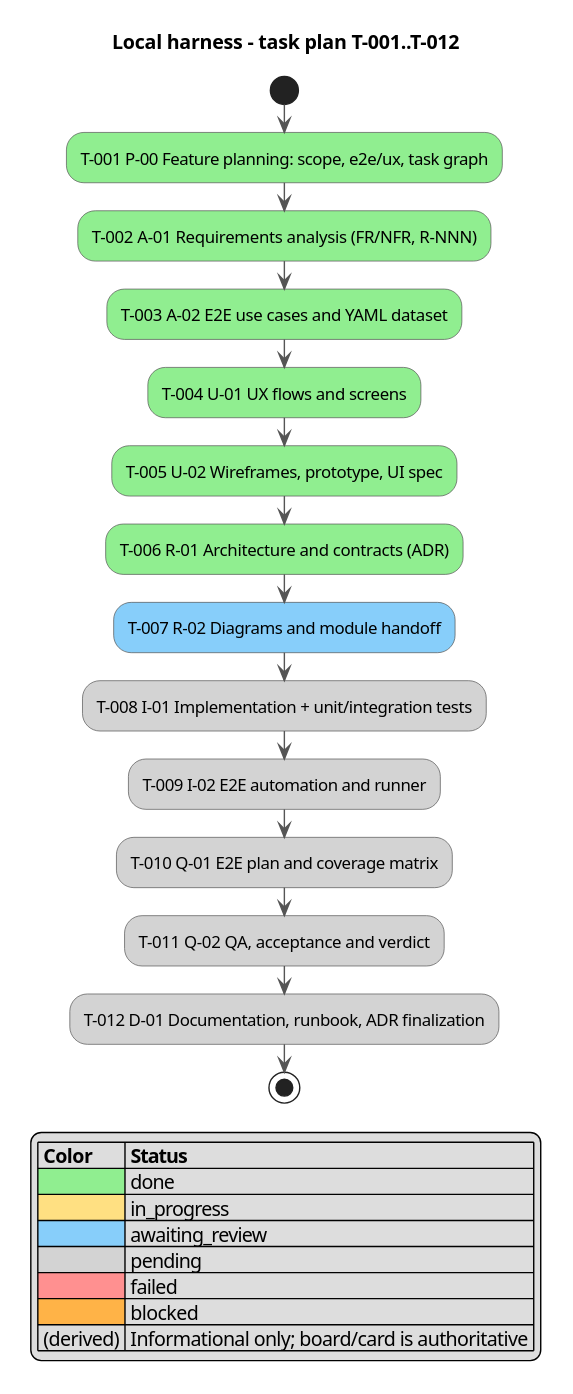
Earlier version of the PlantUML export docs/activity.svg (serge-sasov/ai-task-tracker).
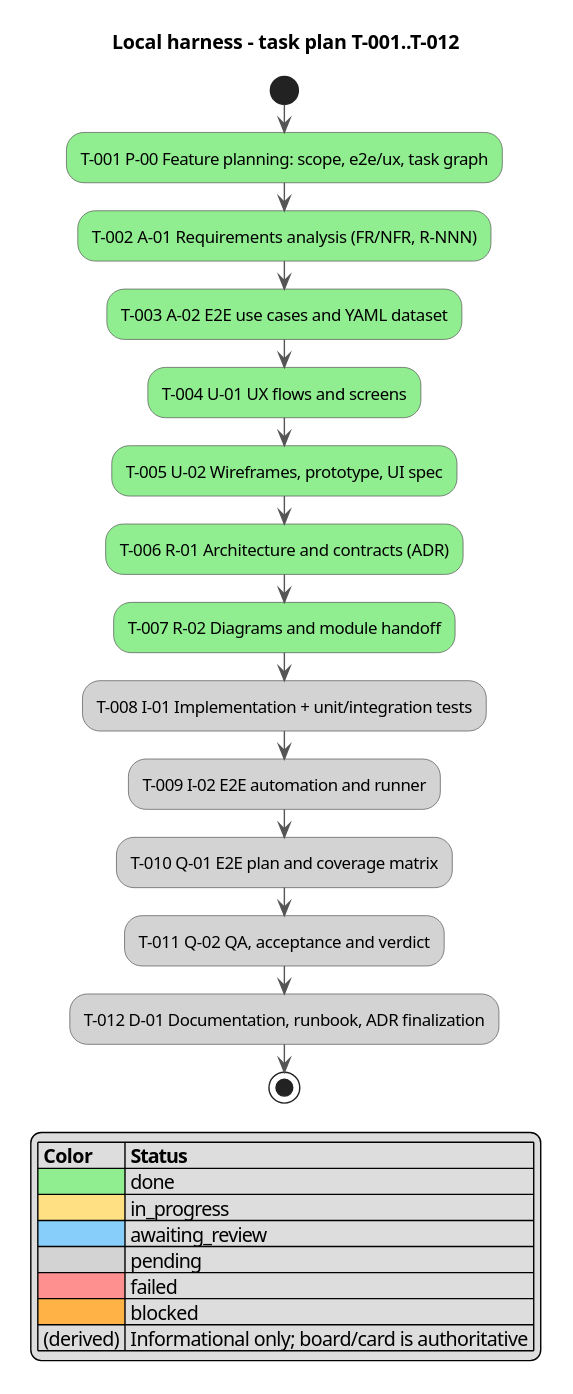
Above is the later version.

Commit message:
T-007: CP-F approved, task done (R-02 diagram set)

What changed in the source:
```diff
@@ -12,7 +12,7 @@
 :T-004 U-01 UX flows and screens; <<#90EE90>>
 :T-005 U-02 Wireframes, prototype, UI spec; <<#90EE90>>
 :T-006 R-01 Architecture and contracts (ADR); <<#90EE90>>
-:T-007 R-02 Diagrams and module handoff; <<#87CEFA>>
+:T-007 R-02 Diagrams and module handoff; <<#90EE90>>
 :T-008 I-01 Implementation + unit/integration tests; <<#D3D3D3>>
 :T-009 I-02 E2E automation and runner; <<#D3D3D3>>
 :T-010 Q-01 E2E plan and coverage matrix; <<#D3D3D3>>
```
